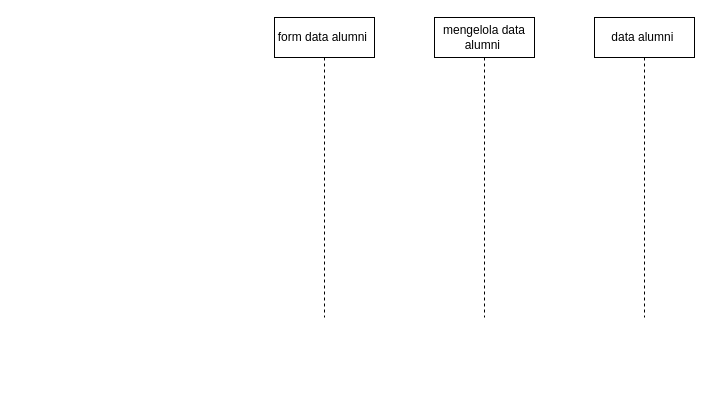
This is input data alumni Sequence   Diagram.drawio from ratihpn99/tokoonline, a draw.io file, before an edit. Source tidied: cells renumbered, new cells numbered last; positions are measured from the earlier drawing's top-left corner, leaving out a move shared by most shapes. Both pictures are drawn from the tidied source at 100%, with x=0, y=0 at pixel (274, 17).
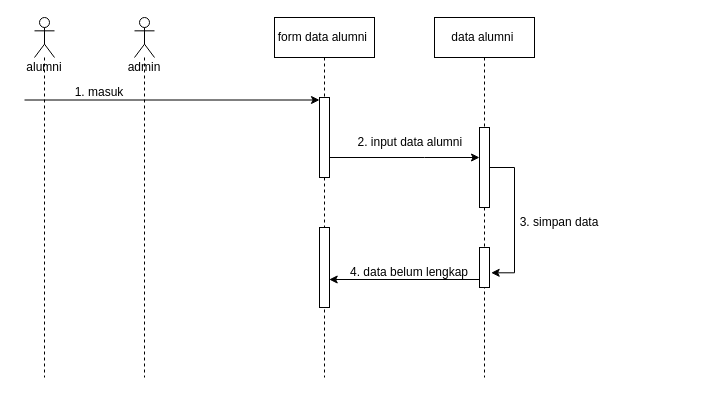
After the change.

Change to the diagram source:
```diff
@@
+    <mxCell id="5" style="endArrow=classic;html=1;rounded=0;exitX=-0.25;exitY=0.8;exitDx=0;exitDy=0;exitPerimeter=0;" parent="1" edge="1">
+      <mxGeometry relative="1" as="geometry">
+        <mxPoint x="207.5" y="262" as="sourcePoint" />
+        <mxPoint x="54.7" y="262" as="targetPoint" />
+      </mxGeometry>
+    </mxCell>
+    <mxCell id="6" value="4. data belum lengkap" style="text;html=1;strokeColor=none;fillColor=none;align=center;verticalAlign=middle;whiteSpace=wrap;rounded=0;" parent="1" vertex="1">
+      <mxGeometry x="60" y="240" width="150" height="30" as="geometry" />
+    </mxCell>
+    <mxCell id="7" style="endArrow=classic;html=1;rounded=0;" parent="1" edge="1">
+      <mxGeometry relative="1" as="geometry">
+        <mxPoint x="50" y="140" as="sourcePoint" />
+        <mxPoint x="205" y="140" as="targetPoint" />
+        <Array as="points">
+          <mxPoint x="150" y="140" />
+        </Array>
+      </mxGeometry>
+    </mxCell>
+    <mxCell id="8" value="admin" style="shape=umlLifeline;participant=umlActor;perimeter=lifelinePerimeter;whiteSpace=wrap;html=1;verticalAlign=top;spacingTop=36;" parent="1" vertex="1">
+      <mxGeometry x="-140" width="20" height="360" as="geometry" />
+    </mxCell>
     <mxCell id="2" value="form data alumni&amp;nbsp;" style="shape=umlLifeline;perimeter=lifelinePerimeter;whiteSpace=wrap;html=1;" parent="1" vertex="1">
-      <mxGeometry width="100" height="300" as="geometry" />
+      <mxGeometry width="100" height="360" as="geometry" />
     </mxCell>
-    <mxCell id="3" value="mengelola data alumni&amp;nbsp;" style="shape=umlLifeline;perimeter=lifelinePerimeter;whiteSpace=wrap;html=1;" parent="1" vertex="1">
-      <mxGeometry x="160" width="100" height="300" as="geometry" />
-    </mxCell>
+    <mxCell id="9" style="html=1;points=[];perimeter=orthogonalPerimeter;" parent="2" vertex="1">
+      <mxGeometry x="45" y="80" width="10" height="80" as="geometry" />
+    </mxCell>
+    <mxCell id="10" style="html=1;perimeter=orthogonalPerimeter;" parent="2" vertex="1">
+      <mxGeometry x="45" y="210" width="10" height="80" as="geometry" />
+    </mxCell>
     <mxCell id="4" value="data alumni&amp;nbsp;" style="shape=umlLifeline;perimeter=lifelinePerimeter;whiteSpace=wrap;html=1;" parent="1" vertex="1">
-      <mxGeometry x="320" width="100" height="300" as="geometry" />
+      <mxGeometry x="160" width="100" height="360" as="geometry" />
     </mxCell>
+    <mxCell id="11" style="edgeStyle=orthogonalEdgeStyle;rounded=0;jettySize=auto;html=1;entryX=1.167;entryY=0.633;entryDx=0;entryDy=0;entryPerimeter=0;" parent="4" edge="1" source="12" target="13">
+      <mxGeometry relative="1" as="geometry">
+        <Array as="points">
+          <mxPoint x="80" y="150" />
+          <mxPoint x="80" y="255" />
+        </Array>
+      </mxGeometry>
+    </mxCell>
+    <mxCell id="12" style="html=1;points=[];perimeter=orthogonalPerimeter;" parent="4" vertex="1">
+      <mxGeometry x="45" y="110" width="10" height="80" as="geometry" />
+    </mxCell>
+    <mxCell id="13" style="html=1;points=[];perimeter=orthogonalPerimeter;" parent="4" vertex="1">
+      <mxGeometry x="45" y="230" width="10" height="40" as="geometry" />
+    </mxCell>
+    <mxCell id="14" value="alumni" style="shape=umlLifeline;participant=umlActor;perimeter=lifelinePerimeter;whiteSpace=wrap;html=1;verticalAlign=top;spacingTop=36;" parent="1" vertex="1">
+      <mxGeometry x="-240" width="20" height="360" as="geometry" />
+    </mxCell>
+    <mxCell id="15" style="endArrow=classic;html=1;rounded=0;exitX=0;exitY=0.75;exitDx=0;exitDy=0;" parent="1" edge="1" source="16" target="9">
+      <mxGeometry relative="1" as="geometry" />
+    </mxCell>
+    <mxCell id="16" value="1. masuk" style="text;html=1;strokeColor=none;fillColor=none;align=center;verticalAlign=middle;whiteSpace=wrap;rounded=0;" parent="1" vertex="1">
+      <mxGeometry x="-250" y="60" width="150" height="30" as="geometry" />
+    </mxCell>
+    <mxCell id="17" value="2. input data alumni&amp;nbsp;" style="text;html=1;strokeColor=none;fillColor=none;align=center;verticalAlign=middle;whiteSpace=wrap;rounded=0;" parent="1" vertex="1">
+      <mxGeometry x="75" y="110" width="125" height="30" as="geometry" />
+    </mxCell>
+    <mxCell id="18" value="3. simpan data" style="text;html=1;strokeColor=none;fillColor=none;align=center;verticalAlign=middle;whiteSpace=wrap;rounded=0;" parent="1" vertex="1">
+      <mxGeometry x="240" y="190" width="90" height="30" as="geometry" />
+    </mxCell>
```
